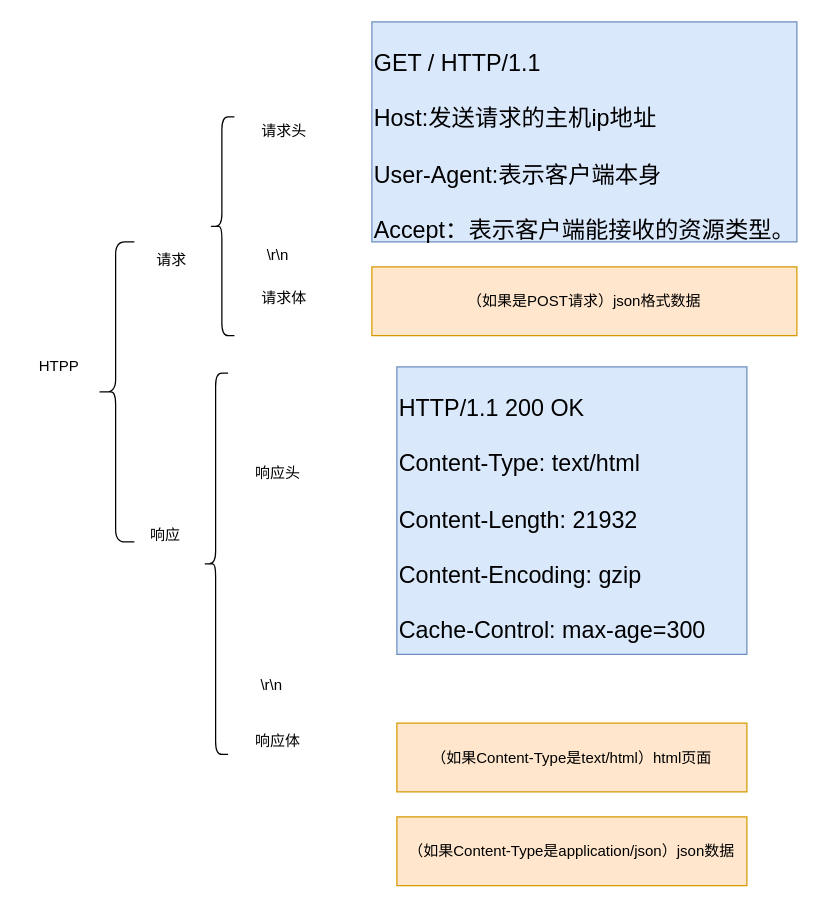
Before: page "HTTP协议" (1 of 7) of presentation/聊一聊SpringMVC原理？/SpringMVC原理.drawio in lvjiuluan/idea-projects, a draw.io diagram. Source tidied: cells renumbered, new cells numbered last; positions are measured from the earlier drawing's top-left corner, leaving out a move shared by most shapes. Both pictures are drawn from the tidied source at 125%, with x=0, y=0 at pixel (21, 21).
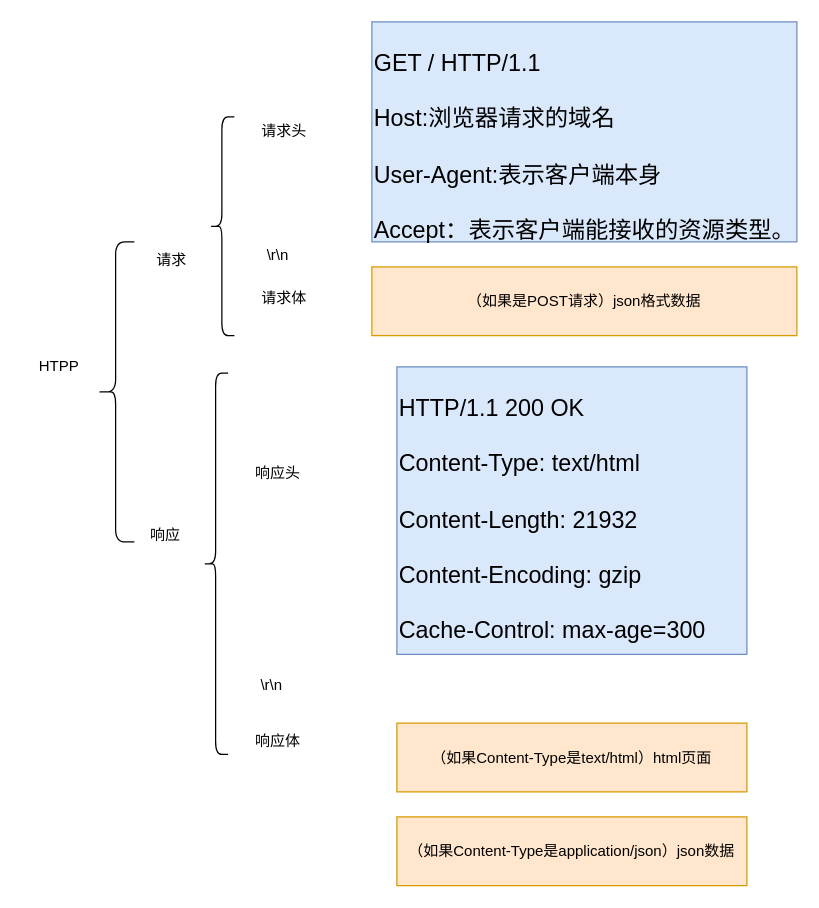
The same diagram, later.

Diff of the diagram source:
```diff
@@
 <mxGraphModel>
   <root>
     <mxCell id="0" />
     <mxCell id="1" parent="0" />
     <mxCell id="2" style="shape=curlyBracket;whiteSpace=wrap;html=1;rounded=1;labelPosition=left;verticalLabelPosition=middle;align=right;verticalAlign=middle;" parent="1" vertex="1">
       <mxGeometry x="60" y="176" width="30" height="240" as="geometry" />
     </mxCell>
     <mxCell id="3" value="HTPP" style="text;strokeColor=none;align=center;fillColor=none;html=1;verticalAlign=middle;whiteSpace=wrap;rounded=0;" parent="1" vertex="1">
       <mxGeometry y="261" width="60" height="30" as="geometry" />
     </mxCell>
     <mxCell id="4" value="请求" style="text;strokeColor=none;align=center;fillColor=none;html=1;verticalAlign=middle;whiteSpace=wrap;rounded=0;" parent="1" vertex="1">
       <mxGeometry x="90" y="176" width="60" height="30" as="geometry" />
     </mxCell>
     <mxCell id="5" value="响应" style="text;strokeColor=none;align=center;fillColor=none;html=1;verticalAlign=middle;whiteSpace=wrap;rounded=0;" parent="1" vertex="1">
       <mxGeometry x="85" y="396" width="60" height="30" as="geometry" />
     </mxCell>
     <mxCell id="6" style="shape=curlyBracket;whiteSpace=wrap;html=1;rounded=1;labelPosition=left;verticalLabelPosition=middle;align=right;verticalAlign=middle;" parent="1" vertex="1">
       <mxGeometry x="150" y="76" width="20" height="175" as="geometry" />
     </mxCell>
     <mxCell id="7" value="请求头" style="text;strokeColor=none;align=center;fillColor=none;html=1;verticalAlign=middle;whiteSpace=wrap;rounded=0;" parent="1" vertex="1">
       <mxGeometry x="180" y="73" width="60" height="30" as="geometry" />
     </mxCell>
     <mxCell id="8" value="请求体" style="text;strokeColor=none;align=center;fillColor=none;html=1;verticalAlign=middle;whiteSpace=wrap;rounded=0;" parent="1" vertex="1">
       <mxGeometry x="180" y="206" width="60" height="30" as="geometry" />
     </mxCell>
     <mxCell id="9" value="\r\n" style="text;strokeColor=none;align=center;fillColor=none;html=1;verticalAlign=middle;whiteSpace=wrap;rounded=0;" parent="1" vertex="1">
       <mxGeometry x="175" y="172" width="60" height="30" as="geometry" />
     </mxCell>
-    <mxCell id="10" value="&lt;p class=&quot;MsoNormal&quot; style=&quot;line-height:22.0pt;mso-line-height-rule:exactly&quot;&gt;&lt;span lang=&quot;EN-US&quot; style=&quot;font-size:14.0pt;font-family:宋体&quot;&gt;GET / HTTP/1.1&lt;/span&gt;&lt;/p&gt;&lt;p class=&quot;MsoNormal&quot; style=&quot;line-height:22.0pt;mso-line-height-rule:exactly&quot;&gt;&lt;span style=&quot;background-color: initial; font-size: 14pt; font-family: 宋体;&quot; lang=&quot;EN-US&quot;&gt;Host:&lt;/span&gt;&lt;span style=&quot;background-color: initial; font-size: 14pt; font-family: 宋体;&quot;&gt;发送请求的主机&lt;span lang=&quot;EN-US&quot;&gt;ip&lt;/span&gt;地址&lt;/span&gt;&lt;/p&gt;&lt;p class=&quot;MsoNormal&quot; style=&quot;line-height:22.0pt;mso-line-height-rule:exactly&quot;&gt;&lt;span style=&quot;background-color: initial; font-size: 14pt; font-family: 宋体;&quot; lang=&quot;EN-US&quot;&gt;User-Agent:&lt;/span&gt;&lt;span style=&quot;background-color: initial; font-size: 14pt; font-family: 宋体;&quot;&gt;表示客户端本身&lt;/span&gt;&lt;/p&gt;&lt;p class=&quot;MsoNormal&quot; style=&quot;line-height:22.0pt;mso-line-height-rule:exactly&quot;&gt;&lt;span style=&quot;background-color: initial; font-size: 14pt; font-family: 宋体;&quot; lang=&quot;EN-US&quot;&gt;Accept&lt;/span&gt;&lt;span style=&quot;background-color: initial; font-size: 14pt; font-family: 宋体;&quot;&gt;：表示客户端能接收的资源类型。&lt;/span&gt;&lt;/p&gt;" style="text;whiteSpace=wrap;html=1;fillColor=#dae8fc;strokeColor=#6c8ebf;" parent="1" vertex="1">
+    <mxCell id="10" value="&lt;p class=&quot;MsoNormal&quot; style=&quot;line-height:22.0pt;mso-line-height-rule:exactly&quot;&gt;&lt;span lang=&quot;EN-US&quot; style=&quot;font-size:14.0pt;font-family:宋体&quot;&gt;GET / HTTP/1.1&lt;/span&gt;&lt;/p&gt;&lt;p class=&quot;MsoNormal&quot; style=&quot;line-height:22.0pt;mso-line-height-rule:exactly&quot;&gt;&lt;span style=&quot;background-color: initial; font-size: 14pt; font-family: 宋体;&quot; lang=&quot;EN-US&quot;&gt;Host:浏览器请求的域名&lt;/span&gt;&lt;/p&gt;&lt;p class=&quot;MsoNormal&quot; style=&quot;line-height:22.0pt;mso-line-height-rule:exactly&quot;&gt;&lt;span style=&quot;background-color: initial; font-size: 14pt; font-family: 宋体;&quot; lang=&quot;EN-US&quot;&gt;User-Agent:&lt;/span&gt;&lt;span style=&quot;background-color: initial; font-size: 14pt; font-family: 宋体;&quot;&gt;表示客户端本身&lt;/span&gt;&lt;/p&gt;&lt;p class=&quot;MsoNormal&quot; style=&quot;line-height:22.0pt;mso-line-height-rule:exactly&quot;&gt;&lt;span style=&quot;background-color: initial; font-size: 14pt; font-family: 宋体;&quot; lang=&quot;EN-US&quot;&gt;Accept&lt;/span&gt;&lt;span style=&quot;background-color: initial; font-size: 14pt; font-family: 宋体;&quot;&gt;：表示客户端能接收的资源类型。&lt;/span&gt;&lt;/p&gt;" style="text;whiteSpace=wrap;html=1;fillColor=#dae8fc;strokeColor=#6c8ebf;" parent="1" vertex="1">
       <mxGeometry x="280" width="340" height="176" as="geometry" />
     </mxCell>
     <mxCell id="11" style="shape=curlyBracket;whiteSpace=wrap;html=1;rounded=1;labelPosition=left;verticalLabelPosition=middle;align=right;verticalAlign=middle;" parent="1" vertex="1">
       <mxGeometry x="145" y="281" width="20" height="305" as="geometry" />
     </mxCell>
     <mxCell id="12" value="响应头" style="text;strokeColor=none;align=center;fillColor=none;html=1;verticalAlign=middle;whiteSpace=wrap;rounded=0;" parent="1" vertex="1">
       <mxGeometry x="175" y="346" width="60" height="30" as="geometry" />
     </mxCell>
     <mxCell id="13" value="响应体" style="text;strokeColor=none;align=center;fillColor=none;html=1;verticalAlign=middle;whiteSpace=wrap;rounded=0;" parent="1" vertex="1">
       <mxGeometry x="175" y="561" width="60" height="30" as="geometry" />
     </mxCell>
     <mxCell id="14" value="\r\n" style="text;strokeColor=none;align=center;fillColor=none;html=1;verticalAlign=middle;whiteSpace=wrap;rounded=0;" parent="1" vertex="1">
       <mxGeometry x="170" y="516" width="60" height="30" as="geometry" />
     </mxCell>
     <mxCell id="15" value="（如果是POST请求）json格式数据" style="rounded=0;whiteSpace=wrap;html=1;fillColor=#ffe6cc;strokeColor=#d79b00;" parent="1" vertex="1">
       <mxGeometry x="280" y="196" width="340" height="55" as="geometry" />
     </mxCell>
     <mxCell id="16" value="&lt;p class=&quot;MsoNormal&quot; style=&quot;line-height:22.0pt;mso-line-height-rule:exactly&quot;&gt;&lt;span lang=&quot;EN-US&quot; style=&quot;font-size:14.0pt;font-family:宋体&quot;&gt;HTTP/1.1 200 OK&lt;/span&gt;&lt;/p&gt;&lt;p class=&quot;MsoNormal&quot; style=&quot;line-height:22.0pt;mso-line-height-rule:exactly&quot;&gt;&lt;span style=&quot;font-family: 宋体; font-size: 14pt; background-color: initial;&quot;&gt;Content-Type: text/html&lt;/span&gt;&lt;/p&gt;&lt;p class=&quot;MsoNormal&quot; style=&quot;line-height:22.0pt;mso-line-height-rule:exactly&quot;&gt;&lt;span style=&quot;font-family: 宋体; font-size: 14pt; background-color: initial;&quot;&gt;Content-Length: 21932&lt;/span&gt;&lt;/p&gt;&lt;p class=&quot;MsoNormal&quot; style=&quot;line-height:22.0pt;mso-line-height-rule:exactly&quot;&gt;&lt;span style=&quot;font-family: 宋体; font-size: 14pt; background-color: initial;&quot;&gt;Content-Encoding: gzip&lt;/span&gt;&lt;/p&gt;&lt;p class=&quot;MsoNormal&quot; style=&quot;line-height:22.0pt;mso-line-height-rule:exactly&quot;&gt;&lt;span style=&quot;font-family: 宋体; font-size: 14pt; background-color: initial;&quot;&gt;Cache-Control: max-age=300&lt;/span&gt;&lt;/p&gt;" style="text;whiteSpace=wrap;html=1;fillColor=#dae8fc;strokeColor=#6c8ebf;" parent="1" vertex="1">
       <mxGeometry x="300" y="276" width="280" height="230" as="geometry" />
     </mxCell>
     <mxCell id="17" value="（如果Content-Type是text/html）html页面" style="rounded=0;whiteSpace=wrap;html=1;fillColor=#ffe6cc;strokeColor=#d79b00;" parent="1" vertex="1">
       <mxGeometry x="300" y="561" width="280" height="55" as="geometry" />
     </mxCell>
     <mxCell id="18" value="（如果Content-Type是application/json）json数据" style="rounded=0;whiteSpace=wrap;html=1;fillColor=#ffe6cc;strokeColor=#d79b00;" parent="1" vertex="1">
       <mxGeometry x="300" y="636" width="280" height="55" as="geometry" />
     </mxCell>
   </root>
 </mxGraphModel>
```
